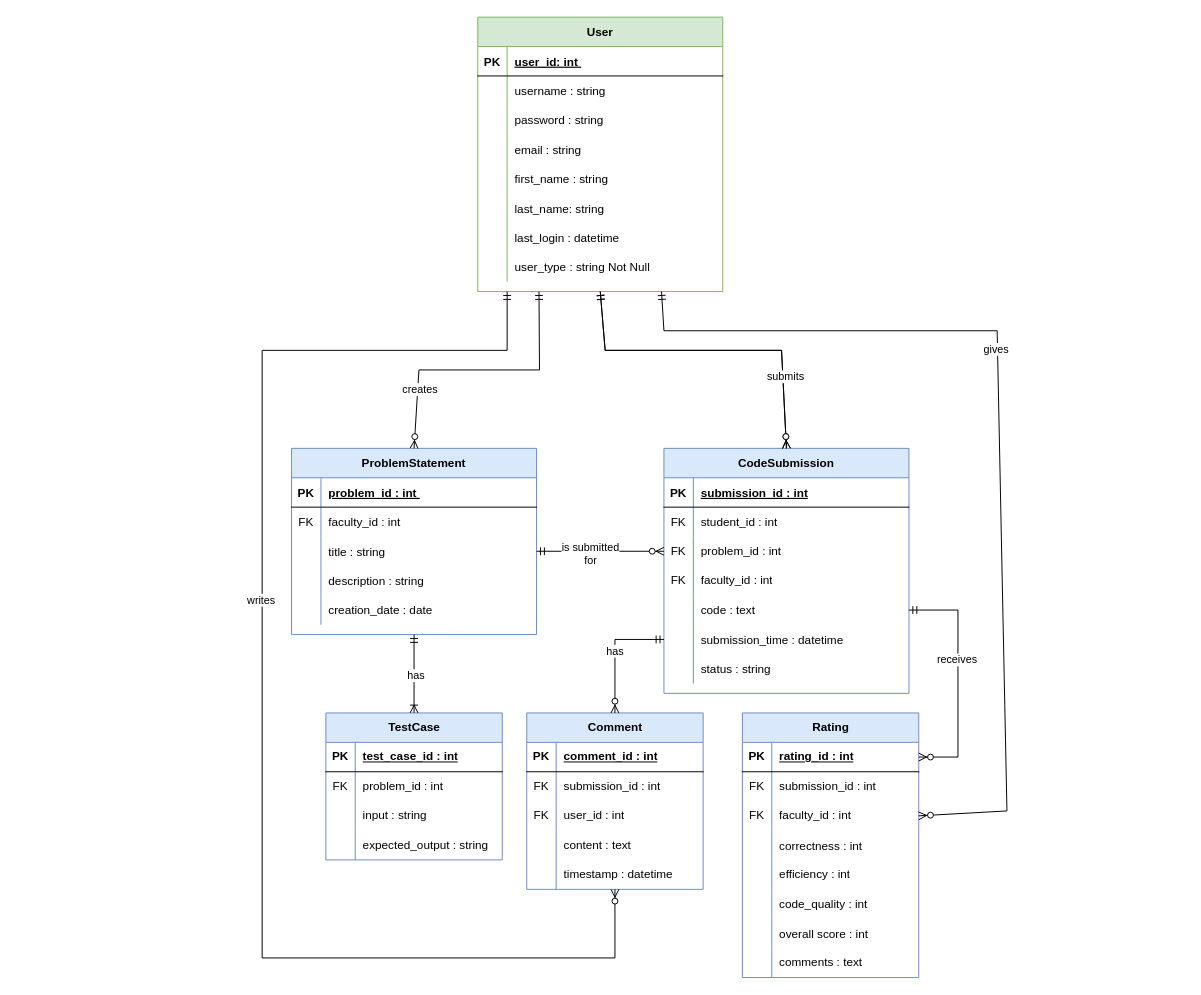
Before: ER Diagram.drawio in shamim36/Final-Defence-Diagram, a draw.io diagram. Source tidied: cells renumbered, new cells numbered last; positions are measured from the earlier drawing's top-left corner, leaving out a move shared by most shapes. Both pictures are drawn from the tidied source at 98%, with x=0, y=0 at pixel (262, 17).
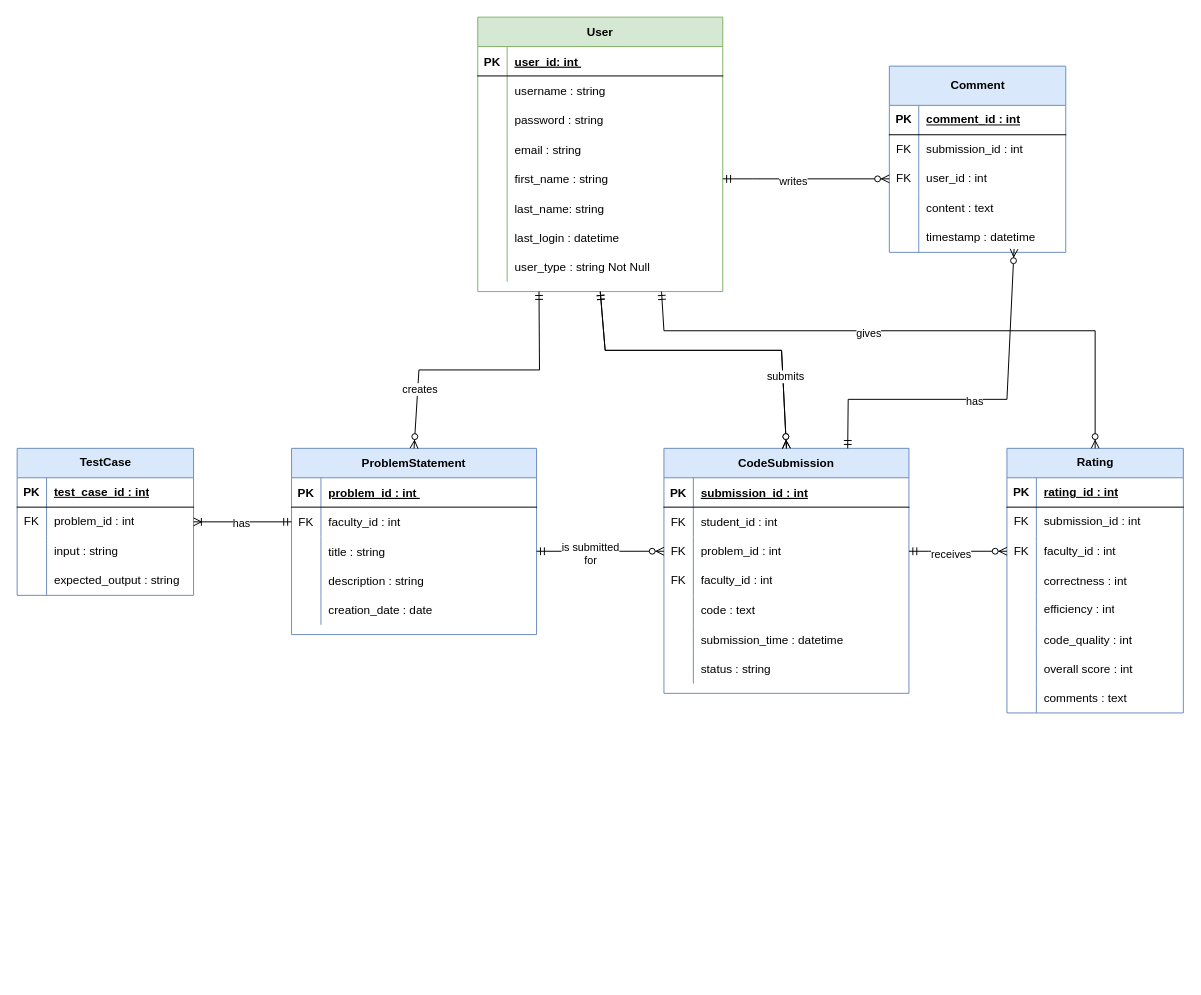
After the change.

The change refers to these unchanged cells:
```xml
<mxCell id="2" value="ProblemStatement" style="shape=table;startSize=30;childLayout=tableLayout;rowLines=0;fontStyle=1;align=center;fillColor=#dae8fc;strokeColor=#6c8ebf;" parent="1" vertex="1">
  <mxGeometry x="30" y="440" width="250" height="190" as="geometry" />
</mxCell>
<mxCell id="6" style="shape=partialRectangle;fillColor=none;points=[[0,0.5],[1,0.5]];portConstraint=eastwest;top=0;left=0;right=0;bottom=0;" parent="2" vertex="1">
  <mxGeometry y="60" width="250" height="30" as="geometry" />
</mxCell>
<mxCell id="18" value="CodeSubmission" style="shape=table;startSize=30;childLayout=tableLayout;rowLines=0;fontStyle=1;align=center;fillColor=#dae8fc;strokeColor=#6c8ebf;" parent="1" vertex="1">
  <mxGeometry x="410" y="440" width="250" height="250" as="geometry" />
</mxCell>
<mxCell id="25" style="shape=tableRow;horizontal=0;startSize=0;swimlaneHead=0;swimlaneBody=0;fillColor=none;points=[[0,0.5],[1,0.5]];portConstraint=eastwest;top=0;left=0;right=0;bottom=0;" parent="18" vertex="1">
  <mxGeometry y="90" width="250" height="30" as="geometry" />
</mxCell>
<mxCell id="31" style="shape=tableRow;horizontal=0;startSize=0;swimlaneHead=0;swimlaneBody=0;fillColor=none;points=[[0,0.5],[1,0.5]];portConstraint=eastwest;top=0;left=0;right=0;bottom=0;" parent="18" vertex="1">
  <mxGeometry y="150" width="250" height="30" as="geometry" />
</mxCell>
<mxCell id="34" style="shape=tableRow;horizontal=0;startSize=0;swimlaneHead=0;swimlaneBody=0;fillColor=none;points=[[0,0.5],[1,0.5]];portConstraint=eastwest;top=0;left=0;right=0;bottom=0;" parent="18" vertex="1">
  <mxGeometry y="180" width="250" height="30" as="geometry" />
</mxCell>
<mxCell id="40" value="User" style="shape=table;startSize=30;childLayout=tableLayout;rowLines=0;fontStyle=1;align=center;fillColor=#d5e8d4;strokeColor=#82b366;" parent="1" vertex="1">
  <mxGeometry x="220" width="250" height="280" as="geometry" />
</mxCell>
<mxCell id="53" style="shape=tableRow;horizontal=0;startSize=0;swimlaneHead=0;swimlaneBody=0;fillColor=none;points=[[0,0.5],[1,0.5]];portConstraint=eastwest;top=0;left=0;right=0;bottom=0;" parent="40" vertex="1">
  <mxGeometry y="150" width="250" height="30" as="geometry" />
</mxCell>
<mxCell id="69" style="shape=tableRow;horizontal=0;startSize=0;swimlaneHead=0;swimlaneBody=0;fillColor=none;points=[[0,0.5],[1,0.5]];portConstraint=eastwest;top=0;left=0;right=0;bottom=0;" parent="65" vertex="1">
  <mxGeometry y="60" width="180" height="30" as="geometry" />
</mxCell>
<mxCell id="79" style="shape=tableRow;horizontal=0;startSize=0;swimlaneHead=0;swimlaneBody=0;fillColor=none;points=[[0,0.5],[1,0.5]];portConstraint=eastwest;top=0;left=0;right=0;bottom=1;" parent="78" vertex="1">
  <mxGeometry y="30" width="180" height="30" as="geometry" />
</mxCell>
<mxCell id="85" style="shape=tableRow;horizontal=0;startSize=0;swimlaneHead=0;swimlaneBody=0;fillColor=none;points=[[0,0.5],[1,0.5]];portConstraint=eastwest;top=0;left=0;right=0;bottom=0;" parent="78" vertex="1">
  <mxGeometry y="90" width="180" height="30" as="geometry" />
</mxCell>
```

Change to the diagram source:
```diff
@@
     <mxCell id="65" value="TestCase" style="shape=table;startSize=30;childLayout=tableLayout;rowLines=0;fontStyle=1;align=center;html=1;fillColor=#dae8fc;strokeColor=#6c8ebf;" parent="1" vertex="1">
-      <mxGeometry x="65" y="710" width="180" height="150" as="geometry" />
+      <mxGeometry x="-250" y="440" width="180" height="150" as="geometry" />
     </mxCell>
@@
     <mxCell id="78" value="Rating" style="shape=table;startSize=30;childLayout=tableLayout;rowLines=0;fontStyle=1;align=center;html=1;fillColor=#dae8fc;strokeColor=#6c8ebf;" parent="1" vertex="1">
-      <mxGeometry x="490" y="710" width="180" height="270" as="geometry" />
+      <mxGeometry x="760" y="440" width="180" height="270" as="geometry" />
     </mxCell>
@@
-    <mxCell id="103" value="Comment" style="shape=table;startSize=30;childLayout=tableLayout;rowLines=0;fontStyle=1;align=center;html=1;fillColor=#dae8fc;strokeColor=#6c8ebf;" parent="1" vertex="1">
-      <mxGeometry x="270" y="710" width="180" height="180" as="geometry" />
+    <mxCell id="103" value="Comment" style="shape=table;startSize=40;childLayout=tableLayout;rowLines=0;fontStyle=1;align=center;html=1;fillColor=#dae8fc;strokeColor=#6c8ebf;" parent="1" vertex="1">
+      <mxGeometry x="640" y="50" width="180" height="190" as="geometry" />
     </mxCell>
     <mxCell id="104" style="shape=tableRow;horizontal=0;startSize=0;swimlaneHead=0;swimlaneBody=0;fillColor=none;top=0;left=0;right=0;bottom=1;" parent="103" vertex="1">
-      <mxGeometry y="30" width="180" height="30" as="geometry" />
+      <mxGeometry y="40" width="180" height="30" as="geometry" />
     </mxCell>
@@
     <mxCell id="107" style="shape=tableRow;horizontal=0;startSize=0;swimlaneHead=0;swimlaneBody=0;fillColor=none;top=0;left=0;right=0;bottom=0;" parent="103" vertex="1">
-      <mxGeometry y="60" width="180" height="30" as="geometry" />
+      <mxGeometry y="70" width="180" height="30" as="geometry" />
     </mxCell>
@@
     <mxCell id="110" style="shape=tableRow;horizontal=0;startSize=0;swimlaneHead=0;swimlaneBody=0;fillColor=none;points=[[0,0.5],[1,0.5]];portConstraint=eastwest;top=0;left=0;right=0;bottom=0;" parent="103" vertex="1">
-      <mxGeometry y="90" width="180" height="30" as="geometry" />
+      <mxGeometry y="100" width="180" height="30" as="geometry" />
     </mxCell>
@@
     <mxCell id="113" style="shape=tableRow;horizontal=0;startSize=0;swimlaneHead=0;swimlaneBody=0;fillColor=none;top=0;left=0;right=0;bottom=0;" parent="103" vertex="1">
-      <mxGeometry y="120" width="180" height="30" as="geometry" />
+      <mxGeometry y="130" width="180" height="30" as="geometry" />
     </mxCell>
@@
     <mxCell id="116" style="shape=tableRow;horizontal=0;startSize=0;swimlaneHead=0;swimlaneBody=0;fillColor=none;points=[[0,0.5],[1,0.5]];portConstraint=eastwest;top=0;left=0;right=0;bottom=0;" parent="103" vertex="1">
-      <mxGeometry y="150" width="180" height="30" as="geometry" />
+      <mxGeometry y="160" width="180" height="30" as="geometry" />
     </mxCell>
@@
-    <mxCell id="121" style="fontSize=12;html=1;endArrow=ERoneToMany;startArrow=ERmandOne;rounded=0;entryX=0.5;entryY=0;entryDx=0;entryDy=0;exitX=0.5;exitY=1;exitDx=0;exitDy=0;" parent="1" edge="1" source="2" target="65">
+    <mxCell id="121" style="fontSize=12;html=1;endArrow=ERoneToMany;startArrow=ERmandOne;rounded=0;entryX=1;entryY=0.5;entryDx=0;entryDy=0;exitX=0;exitY=0.5;exitDx=0;exitDy=0;" parent="1" edge="1" source="6" target="69">
       <mxGeometry relative="1" as="geometry" />
     </mxCell>
@@
-    <mxCell id="129" style="fontSize=12;html=1;endArrow=ERzeroToMany;startArrow=ERmandOne;rounded=0;entryX=0.5;entryY=1;entryDx=0;entryDy=0;entryPerimeter=0;" parent="1" edge="1" target="116">
+    <mxCell id="129" style="fontSize=12;html=1;endArrow=ERzeroToMany;startArrow=ERmandOne;rounded=0;entryX=0;entryY=0.5;entryDx=0;entryDy=0;exitX=1;exitY=0.5;exitDx=0;exitDy=0;" parent="1" edge="1" source="53" target="110">
       <mxGeometry relative="1" as="geometry">
-        <mxPoint x="250" y="280" as="sourcePoint" />
         <Array as="points">
-          <mxPoint x="250" y="340" />
-          <mxPoint y="340" />
-          <mxPoint y="960" />
-          <mxPoint x="360" y="960" />
+          <mxPoint x="500" y="165" />
         </Array>
       </mxGeometry>
     </mxCell>
@@
-    <mxCell id="131" style="fontSize=12;html=1;endArrow=ERzeroToMany;startArrow=ERmandOne;rounded=0;entryX=0.5;entryY=0;entryDx=0;entryDy=0;exitX=0;exitY=0.5;exitDx=0;exitDy=0;" parent="1" edge="1" source="34" target="103">
+    <mxCell id="131" style="fontSize=12;html=1;endArrow=ERzeroToMany;startArrow=ERmandOne;rounded=0;entryX=0.707;entryY=0.884;entryDx=0;entryDy=0;exitX=0.75;exitY=0;exitDx=0;exitDy=0;entryPerimeter=0;" parent="1" edge="1" source="18" target="116">
       <mxGeometry relative="1" as="geometry">
         <Array as="points">
-          <mxPoint x="360" y="635" />
+          <mxPoint x="598" y="390" />
+          <mxPoint x="760" y="390" />
         </Array>
       </mxGeometry>
     </mxCell>
@@
-    <mxCell id="133" style="fontSize=12;html=1;endArrow=ERzeroToMany;startArrow=ERmandOne;rounded=0;entryX=1;entryY=0.5;entryDx=0;entryDy=0;exitX=1;exitY=0.5;exitDx=0;exitDy=0;" parent="1" edge="1" source="31" target="79">
+    <mxCell id="133" style="fontSize=12;html=1;endArrow=ERzeroToMany;startArrow=ERmandOne;rounded=0;entryX=0;entryY=0.5;entryDx=0;entryDy=0;exitX=1;exitY=0.5;exitDx=0;exitDy=0;" parent="1" edge="1" source="25" target="85">
       <mxGeometry relative="1" as="geometry">
         <Array as="points">
-          <mxPoint x="710" y="605" />
-          <mxPoint x="710" y="755" />
+          <mxPoint x="680" y="545" />
         </Array>
       </mxGeometry>
     </mxCell>
@@
-    <mxCell id="135" style="fontSize=12;html=1;endArrow=ERzeroToMany;startArrow=ERmandOne;rounded=0;entryX=1;entryY=0.5;entryDx=0;entryDy=0;exitX=0.75;exitY=1;exitDx=0;exitDy=0;" parent="1" edge="1" source="40" target="85">
+    <mxCell id="135" style="fontSize=12;html=1;endArrow=ERzeroToMany;startArrow=ERmandOne;rounded=0;entryX=0.5;entryY=0;entryDx=0;entryDy=0;exitX=0.75;exitY=1;exitDx=0;exitDy=0;" parent="1" edge="1" source="40" target="78">
       <mxGeometry relative="1" as="geometry">
         <Array as="points">
           <mxPoint x="410" y="320" />
-          <mxPoint x="750" y="320" />
-          <mxPoint x="760" y="810" />
+          <mxPoint x="850" y="320" />
         </Array>
       </mxGeometry>
     </mxCell>
```
